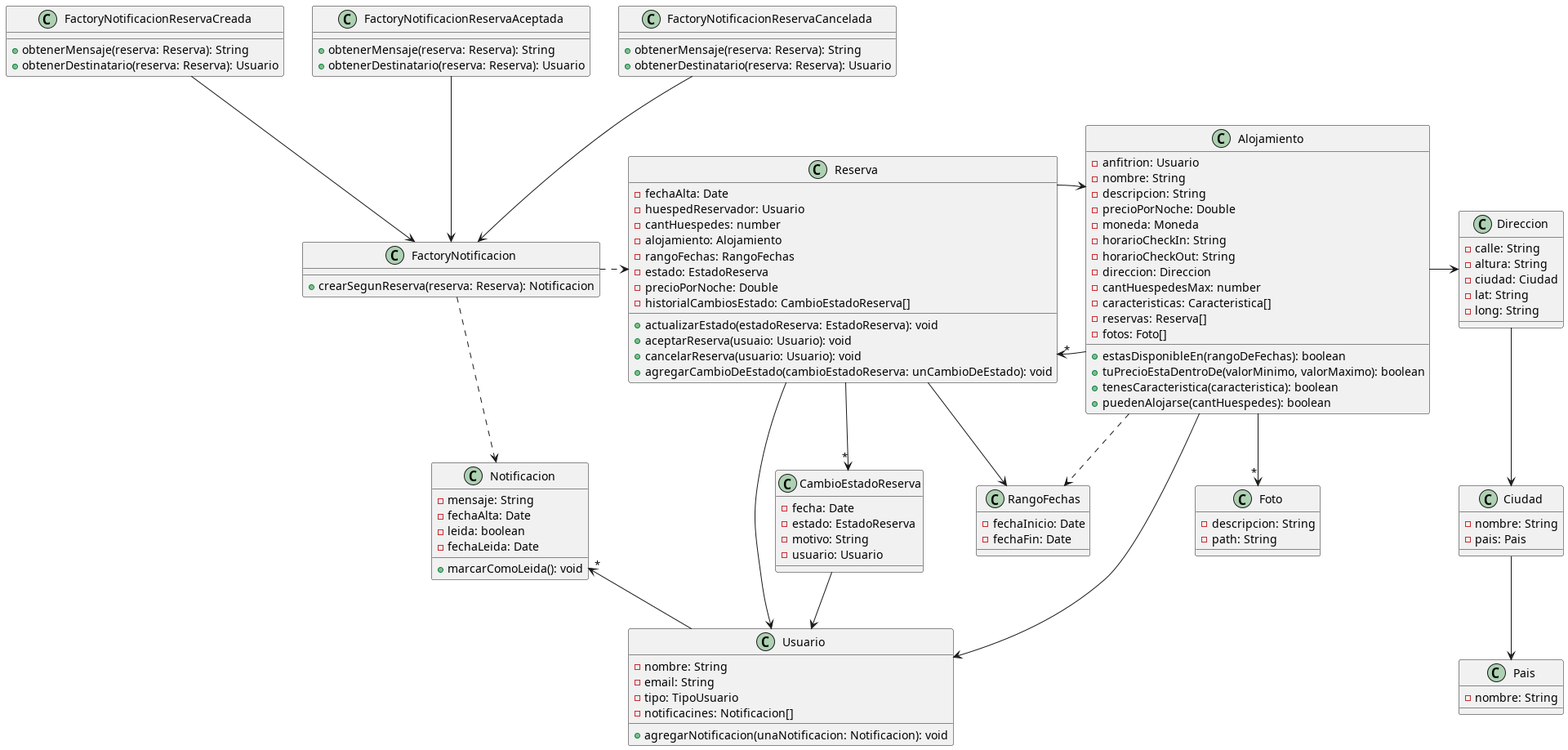
lrizzitano/TP-DdS-2025-1C-Birbnb keeps this PlantUML diagram as out/diagrama-clases/birbnb.png. Above is the earlier version. The source it was exported from:
```plantuml
@startuml birbnb

class Alojamiento {
  - anfitrion: Usuario
  - nombre: String
  - descripcion: String
  - precioPorNoche: Double
  - moneda: Moneda
  - horarioCheckIn: String
  - horarioCheckOut: String
  - direccion: Direccion
  - cantHuespedesMax: number
  - caracteristicas: Caracteristica[]
  - reservas: Reserva[]
  - fotos: Foto[]

  + estasDisponibleEn(rangoDeFechas): boolean
  + tuPrecioEstaDentroDe(valorMinimo, valorMaximo): boolean
  + tenesCaracteristica(caracteristica): boolean
  + puedenAlojarse(cantHuespedes): boolean
}

class Foto {
  - descripcion: String
  - path: String
}

class Direccion {
  - calle: String
  - altura: String
  - ciudad: Ciudad
  - lat: String
  - long: String
}

class Ciudad {
  - nombre: String
  - pais: Pais
}

class Pais {
  - nombre: String
}

class RangoFechas {
  - fechaInicio: Date
  - fechaFin: Date
}

class Reserva {
  - fechaAlta: Date
  - huespedReservador: Usuario
  - cantHuespedes: number
  - alojamiento: Alojamiento
  - rangoFechas: RangoFechas
  - estado: EstadoReserva
  - precioPorNoche: Double
  - historialCambiosEstado: CambioEstadoReserva[]

  + actualizarEstado(estadoReserva: EstadoReserva): void
  + aceptarReserva(usuaio: Usuario): void
  + cancelarReserva(usuario: Usuario): void
  + agregarCambioDeEstado(cambioEstadoReserva: unCambioDeEstado): void
}

class CambioEstadoReserva {
  - fecha: Date
  - estado: EstadoReserva
  - motivo: String
  - usuario: Usuario
}

class FactoryNotificacion {
  + crearSegunReserva(reserva: Reserva): Notificacion
}

class FactoryNotificacionReservaCreada {
  + obtenerMensaje(reserva: Reserva): String
  + obtenerDestinatario(reserva: Reserva): Usuario
}

class FactoryNotificacionReservaAceptada {
  + obtenerMensaje(reserva: Reserva): String
  + obtenerDestinatario(reserva: Reserva): Usuario
}

class FactoryNotificacionReservaCancelada {
  + obtenerMensaje(reserva: Reserva): String
  + obtenerDestinatario(reserva: Reserva): Usuario
}

class Notificacion {
  - mensaje: String
  - fechaAlta: Date
  - leida: boolean
  - fechaLeida: Date

  + marcarComoLeida(): void
}

class Usuario {
  - nombre: String
  - email: String
  - tipo: TipoUsuario
  - notificacines: Notificacion[]

  + agregarNotificacion(unaNotificacion: Notificacion): void
}

Alojamiento -> Direccion
Alojamiento -->"*" Foto
Alojamiento --> Usuario
Alojamiento ..> RangoFechas
Alojamiento -l->"*" Reserva

Reserva -r-> Alojamiento
Reserva -l-> RangoFechas
Reserva --> Usuario
Reserva -->"*" CambioEstadoReserva

Direccion --> Ciudad
Ciudad --> Pais

CambioEstadoReserva --> Usuario

Usuario -u->"*" Notificacion

FactoryNotificacion .r.> Reserva
FactoryNotificacion ..> Notificacion

FactoryNotificacionReservaCreada --> FactoryNotificacion
FactoryNotificacionReservaAceptada --> FactoryNotificacion
FactoryNotificacionReservaCancelada --> FactoryNotificacion

@enduml
```
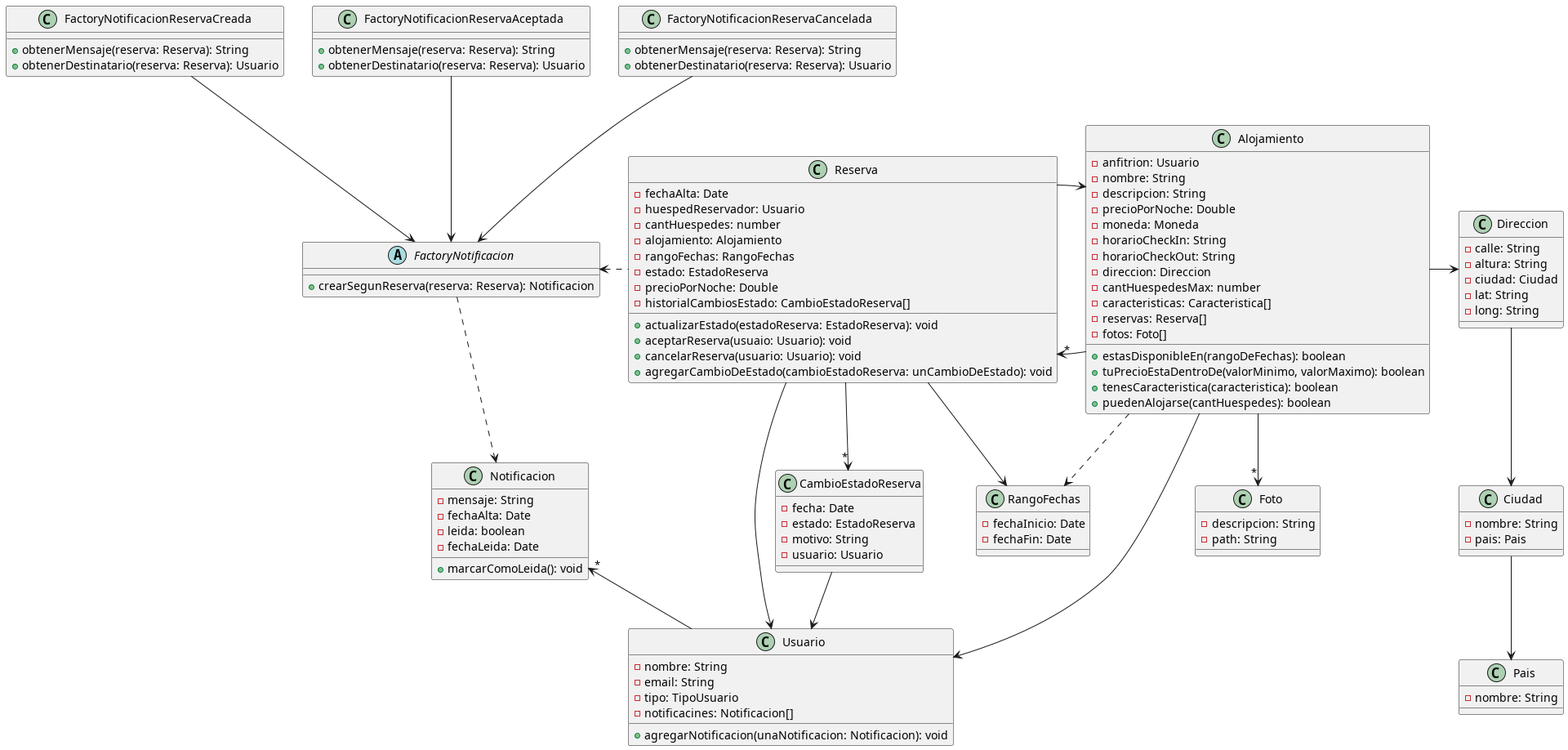
After the change.

Commit message:
actualizo diagrama

What changed in the source:
```diff
@@ -70,7 +70,7 @@
   - usuario: Usuario
 }
 
-class FactoryNotificacion {
+abstract class FactoryNotificacion {
   + crearSegunReserva(reserva: Reserva): Notificacion
 }
 
@@ -117,6 +117,7 @@
 Reserva -l-> RangoFechas
 Reserva --> Usuario
 Reserva -->"*" CambioEstadoReserva
+Reserva .l.> FactoryNotificacion
 
 Direccion --> Ciudad
 Ciudad --> Pais
@@ -125,7 +126,6 @@
 
 Usuario -u->"*" Notificacion
 
-FactoryNotificacion .r.> Reserva
 FactoryNotificacion ..> Notificacion
 
 FactoryNotificacionReservaCreada --> FactoryNotificacion
```
